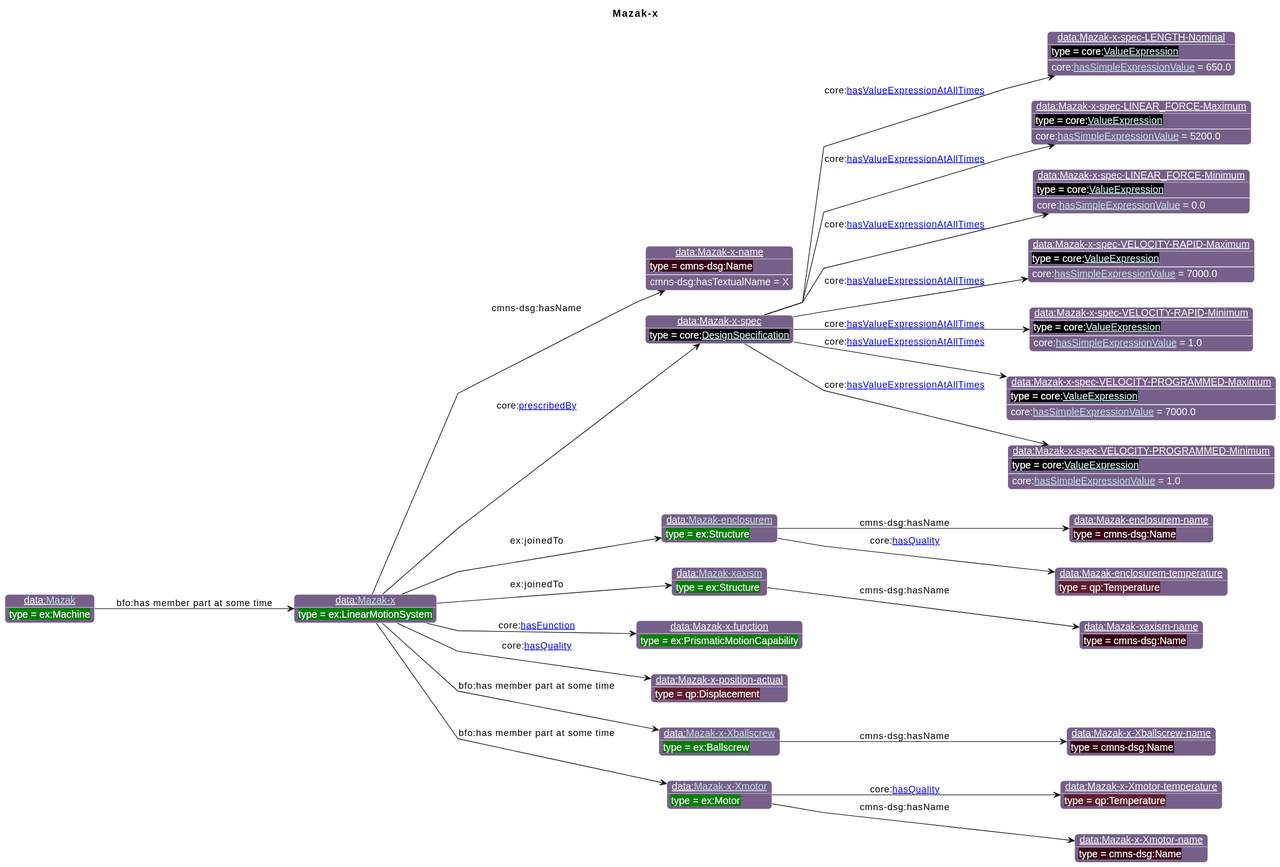
This is diagrams/Mazak-x.svg from iofoundry/example-syseng-mtconnect, a PlantUML export, as it was before one commit.
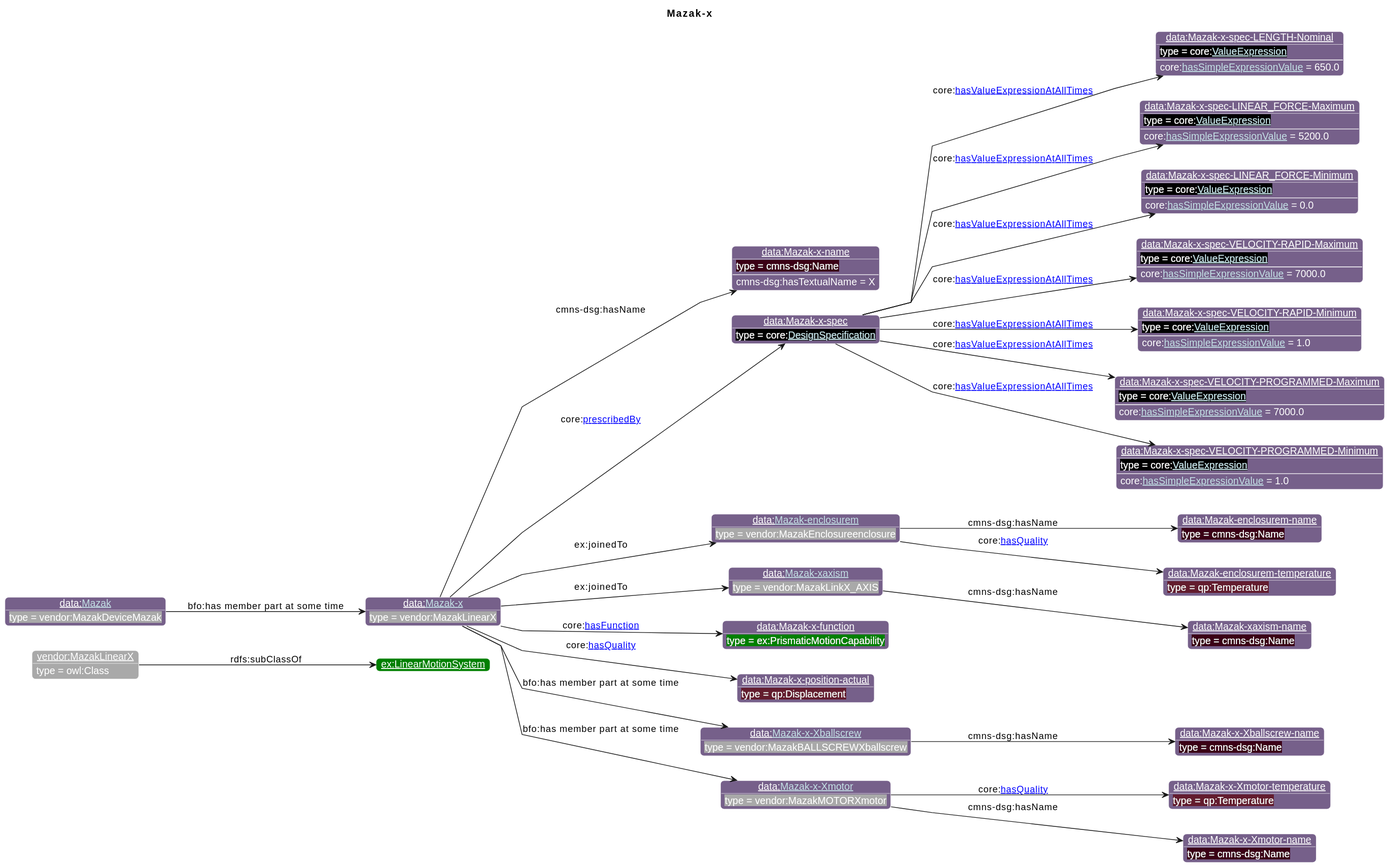
Above is the later version.

Change to the diagram source:
```diff
@@ -19,57 +19,60 @@
                       "ns1":"76608A",
 "ex":"Green","data":"76608A","core":"000000","units":"8A2D3B","qp":"641B2E","cmns-dsg":"3A0519"
 }
-individual(o1, data:[[./Mazak-x.html Mazak-x]], ex:LinearMotionSystem)
-individual(o2, data:Mazak-x-name, cmns-dsg:Name)
-individual(o3, data:Mazak-x-spec, core:[[https://spec.industrialontologies.org/ontology/core/Core/DesignSpecification DesignSpecification]])
-individual(o4, data:Mazak-x-spec-LENGTH-Nominal, core:[[https://spec.industrialontologies.org/ontology/core/Core/ValueExpression ValueExpression]])
-individual(o5, data:Mazak-x-spec-LINEAR_FORCE-Maximum, core:[[https://spec.industrialontologies.org/ontology/core/Core/ValueExpression ValueExpression]])
-individual(o6, data:Mazak-x-spec-LINEAR_FORCE-Minimum, core:[[https://spec.industrialontologies.org/ontology/core/Core/ValueExpression ValueExpression]])
-individual(o7, data:Mazak-x-spec-VELOCITY-RAPID-Maximum, core:[[https://spec.industrialontologies.org/ontology/core/Core/ValueExpression ValueExpression]])
-individual(o8, data:Mazak-x-spec-VELOCITY-RAPID-Minimum, core:[[https://spec.industrialontologies.org/ontology/core/Core/ValueExpression ValueExpression]])
-individual(o9, data:Mazak-x-spec-VELOCITY-PROGRAMMED-Maximum, core:[[https://spec.industrialontologies.org/ontology/core/Core/ValueExpression ValueExpression]])
-individual(o10, data:Mazak-x-spec-VELOCITY-PROGRAMMED-Minimum, core:[[https://spec.industrialontologies.org/ontology/core/Core/ValueExpression ValueExpression]])
-individual(o11, data:[[./Mazak-enclosurem.html Mazak-enclosurem]], ex:Structure)
-individual(o12, data:Mazak-enclosurem-name, cmns-dsg:Name)
-individual(o13, data:Mazak-enclosurem-temperature, qp:Temperature)
-individual(o14, data:[[./Mazak-xaxism.html Mazak-xaxism]], ex:Structure)
-individual(o15, data:Mazak-xaxism-name, cmns-dsg:Name)
-individual(o16, data:Mazak-x-function, ex:PrismaticMotionCapability)
-individual(o17, data:Mazak-x-position-actual, qp:Displacement)
-individual(o18, data:[[./Mazak-x-Xballscrew.html Mazak-x-Xballscrew]], ex:Ballscrew)
-individual(o19, data:Mazak-x-Xballscrew-name, cmns-dsg:Name)
-individual(o20, data:[[./Mazak-x-Xmotor.html Mazak-x-Xmotor]], ex:Motor)
-individual(o21, data:Mazak-x-Xmotor-temperature, qp:Temperature)
-individual(o22, data:Mazak-x-Xmotor-name, cmns-dsg:Name)
-individual(o23, data:[[./Mazak.html Mazak]], ex:Machine)
-property(o1, cmns-dsg:hasName, o2)
-data(o2, cmns-dsg:hasTextualName, X)
-property(o1, core:[[https://spec.industrialontologies.org/ontology/core/Core/prescribedBy prescribedBy]], o3)
-property(o3, core:[[https://spec.industrialontologies.org/ontology/core/Core/hasValueExpressionAtAllTimes hasValueExpressionAtAllTimes]], o4)
-data(o4, core:[[https://spec.industrialontologies.org/ontology/core/Core/hasSimpleExpressionValue hasSimpleExpressionValue]], 650.0)
-property(o3, core:[[https://spec.industrialontologies.org/ontology/core/Core/hasValueExpressionAtAllTimes hasValueExpressionAtAllTimes]], o5)
-data(o5, core:[[https://spec.industrialontologies.org/ontology/core/Core/hasSimpleExpressionValue hasSimpleExpressionValue]], 5200.0)
-property(o3, core:[[https://spec.industrialontologies.org/ontology/core/Core/hasValueExpressionAtAllTimes hasValueExpressionAtAllTimes]], o6)
-data(o6, core:[[https://spec.industrialontologies.org/ontology/core/Core/hasSimpleExpressionValue hasSimpleExpressionValue]], 0.0)
-property(o3, core:[[https://spec.industrialontologies.org/ontology/core/Core/hasValueExpressionAtAllTimes hasValueExpressionAtAllTimes]], o7)
-data(o7, core:[[https://spec.industrialontologies.org/ontology/core/Core/hasSimpleExpressionValue hasSimpleExpressionValue]], 7000.0)
-property(o3, core:[[https://spec.industrialontologies.org/ontology/core/Core/hasValueExpressionAtAllTimes hasValueExpressionAtAllTimes]], o8)
-data(o8, core:[[https://spec.industrialontologies.org/ontology/core/Core/hasSimpleExpressionValue hasSimpleExpressionValue]], 1.0)
-property(o3, core:[[https://spec.industrialontologies.org/ontology/core/Core/hasValueExpressionAtAllTimes hasValueExpressionAtAllTimes]], o9)
+individual(o1, vendor:MazakLinearX, owl:Class)
+individual(o2, ex:LinearMotionSystem)
+individual(o3, data:[[./Mazak-x.html Mazak-x]], vendor:MazakLinearX)
+individual(o4, data:Mazak-x-name, cmns-dsg:Name)
+individual(o5, data:Mazak-x-spec, core:[[https://spec.industrialontologies.org/ontology/core/Core/DesignSpecification DesignSpecification]])
+individual(o6, data:Mazak-x-spec-LENGTH-Nominal, core:[[https://spec.industrialontologies.org/ontology/core/Core/ValueExpression ValueExpression]])
+individual(o7, data:Mazak-x-spec-LINEAR_FORCE-Maximum, core:[[https://spec.industrialontologies.org/ontology/core/Core/ValueExpression ValueExpression]])
+individual(o8, data:Mazak-x-spec-LINEAR_FORCE-Minimum, core:[[https://spec.industrialontologies.org/ontology/core/Core/ValueExpression ValueExpression]])
+individual(o9, data:Mazak-x-spec-VELOCITY-RAPID-Maximum, core:[[https://spec.industrialontologies.org/ontology/core/Core/ValueExpression ValueExpression]])
+individual(o10, data:Mazak-x-spec-VELOCITY-RAPID-Minimum, core:[[https://spec.industrialontologies.org/ontology/core/Core/ValueExpression ValueExpression]])
+individual(o11, data:Mazak-x-spec-VELOCITY-PROGRAMMED-Maximum, core:[[https://spec.industrialontologies.org/ontology/core/Core/ValueExpression ValueExpression]])
+individual(o12, data:Mazak-x-spec-VELOCITY-PROGRAMMED-Minimum, core:[[https://spec.industrialontologies.org/ontology/core/Core/ValueExpression ValueExpression]])
+individual(o13, data:[[./Mazak-enclosurem.html Mazak-enclosurem]], vendor:MazakEnclosureenclosure)
+individual(o14, data:Mazak-enclosurem-name, cmns-dsg:Name)
+individual(o15, data:Mazak-enclosurem-temperature, qp:Temperature)
+individual(o16, data:[[./Mazak-xaxism.html Mazak-xaxism]], vendor:MazakLinkX_AXIS)
+individual(o17, data:Mazak-xaxism-name, cmns-dsg:Name)
+individual(o18, data:Mazak-x-function, ex:PrismaticMotionCapability)
+individual(o19, data:Mazak-x-position-actual, qp:Displacement)
+individual(o20, data:[[./Mazak-x-Xballscrew.html Mazak-x-Xballscrew]], vendor:MazakBALLSCREWXballscrew)
+individual(o21, data:Mazak-x-Xballscrew-name, cmns-dsg:Name)
+individual(o22, data:[[./Mazak-x-Xmotor.html Mazak-x-Xmotor]], vendor:MazakMOTORXmotor)
+individual(o23, data:Mazak-x-Xmotor-temperature, qp:Temperature)
+individual(o24, data:Mazak-x-Xmotor-name, cmns-dsg:Name)
+individual(o25, data:[[./Mazak.html Mazak]], vendor:MazakDeviceMazak)
+property(o1, rdfs:subClassOf, o2)
+property(o3, cmns-dsg:hasName, o4)
+data(o4, cmns-dsg:hasTextualName, X)
+property(o3, core:[[https://spec.industrialontologies.org/ontology/core/Core/prescribedBy prescribedBy]], o5)
+property(o5, core:[[https://spec.industrialontologies.org/ontology/core/Core/hasValueExpressionAtAllTimes hasValueExpressionAtAllTimes]], o6)
+data(o6, core:[[https://spec.industrialontologies.org/ontology/core/Core/hasSimpleExpressionValue hasSimpleExpressionValue]], 650.0)
+property(o5, core:[[https://spec.industrialontologies.org/ontology/core/Core/hasValueExpressionAtAllTimes hasValueExpressionAtAllTimes]], o7)
+data(o7, core:[[https://spec.industrialontologies.org/ontology/core/Core/hasSimpleExpressionValue hasSimpleExpressionValue]], 5200.0)
+property(o5, core:[[https://spec.industrialontologies.org/ontology/core/Core/hasValueExpressionAtAllTimes hasValueExpressionAtAllTimes]], o8)
+data(o8, core:[[https://spec.industrialontologies.org/ontology/core/Core/hasSimpleExpressionValue hasSimpleExpressionValue]], 0.0)
+property(o5, core:[[https://spec.industrialontologies.org/ontology/core/Core/hasValueExpressionAtAllTimes hasValueExpressionAtAllTimes]], o9)
 data(o9, core:[[https://spec.industrialontologies.org/ontology/core/Core/hasSimpleExpressionValue hasSimpleExpressionValue]], 7000.0)
-property(o3, core:[[https://spec.industrialontologies.org/ontology/core/Core/hasValueExpressionAtAllTimes hasValueExpressionAtAllTimes]], o10)
+property(o5, core:[[https://spec.industrialontologies.org/ontology/core/Core/hasValueExpressionAtAllTimes hasValueExpressionAtAllTimes]], o10)
 data(o10, core:[[https://spec.industrialontologies.org/ontology/core/Core/hasSimpleExpressionValue hasSimpleExpressionValue]], 1.0)
-property(o1, ex:joinedTo, o11)
-property(o11, cmns-dsg:hasName, o12)
-property(o11, core:[[https://spec.industrialontologies.org/ontology/core/Core/hasQuality hasQuality]], o13)
-property(o1, ex:joinedTo, o14)
-property(o14, cmns-dsg:hasName, o15)
-property(o1, core:[[https://spec.industrialontologies.org/ontology/core/Core/hasFunction hasFunction]], o16)
-property(o1, core:[[https://spec.industrialontologies.org/ontology/core/Core/hasQuality hasQuality]], o17)
-property(o1, "bfo:has member part at some time", o18)
-property(o18, cmns-dsg:hasName, o19)
-property(o1, "bfo:has member part at some time", o20)
-property(o20, core:[[https://spec.industrialontologies.org/ontology/core/Core/hasQuality hasQuality]], o21)
-property(o20, cmns-dsg:hasName, o22)
-property(o23, "bfo:has member part at some time", o1)
+property(o5, core:[[https://spec.industrialontologies.org/ontology/core/Core/hasValueExpressionAtAllTimes hasValueExpressionAtAllTimes]], o11)
+data(o11, core:[[https://spec.industrialontologies.org/ontology/core/Core/hasSimpleExpressionValue hasSimpleExpressionValue]], 7000.0)
+property(o5, core:[[https://spec.industrialontologies.org/ontology/core/Core/hasValueExpressionAtAllTimes hasValueExpressionAtAllTimes]], o12)
+data(o12, core:[[https://spec.industrialontologies.org/ontology/core/Core/hasSimpleExpressionValue hasSimpleExpressionValue]], 1.0)
+property(o3, ex:joinedTo, o13)
+property(o13, cmns-dsg:hasName, o14)
+property(o13, core:[[https://spec.industrialontologies.org/ontology/core/Core/hasQuality hasQuality]], o15)
+property(o3, ex:joinedTo, o16)
+property(o16, cmns-dsg:hasName, o17)
+property(o3, core:[[https://spec.industrialontologies.org/ontology/core/Core/hasFunction hasFunction]], o18)
+property(o3, core:[[https://spec.industrialontologies.org/ontology/core/Core/hasQuality hasQuality]], o19)
+property(o3, "bfo:has member part at some time", o20)
+property(o20, cmns-dsg:hasName, o21)
+property(o3, "bfo:has member part at some time", o22)
+property(o22, core:[[https://spec.industrialontologies.org/ontology/core/Core/hasQuality hasQuality]], o23)
+property(o22, cmns-dsg:hasName, o24)
+property(o25, "bfo:has member part at some time", o3)
 @enduml
```
